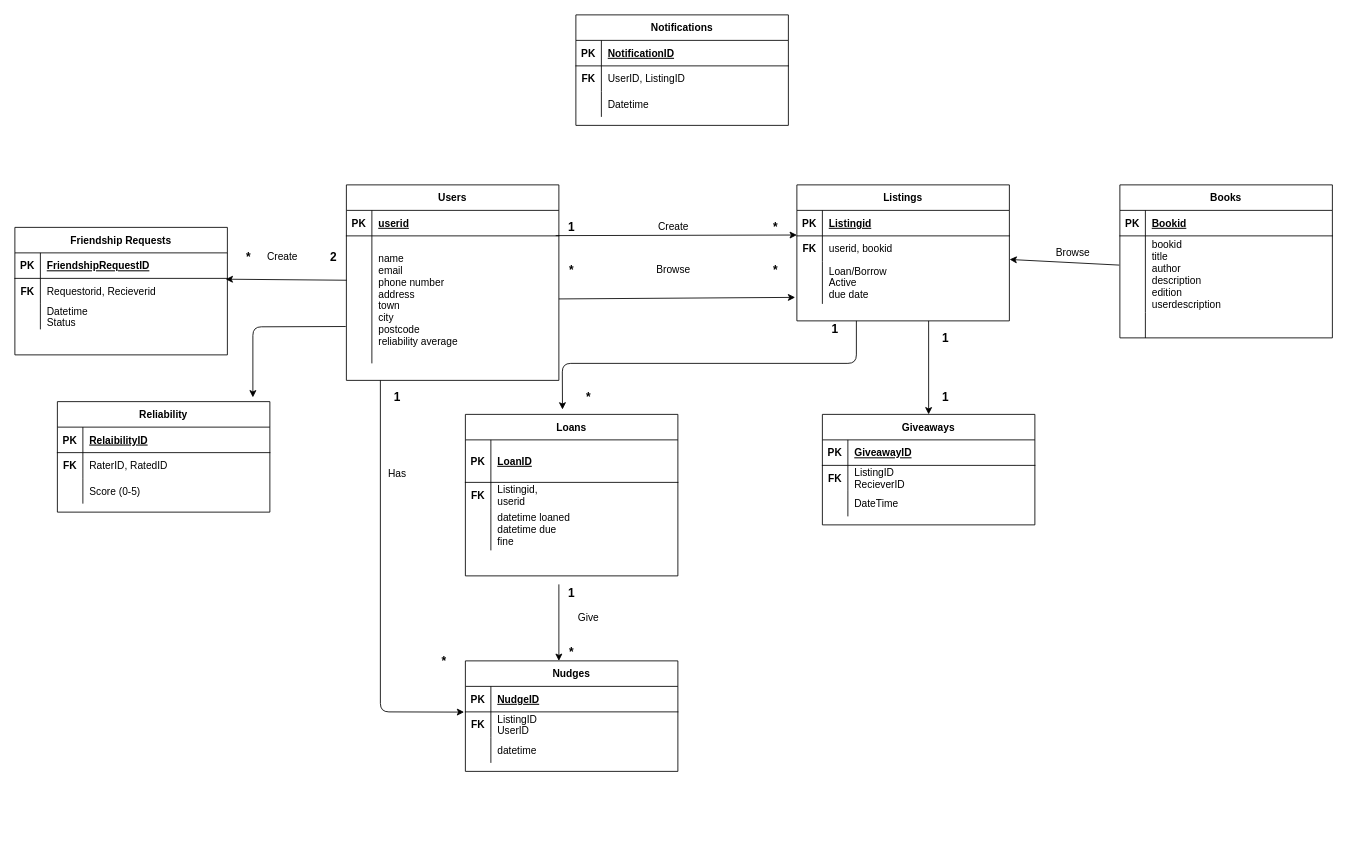
This is CourseworkER.drawio from willdonlan8/hello-world, a draw.io file, before an edit. Source tidied: cells renumbered, new cells numbered last; positions are measured from the earlier drawing's top-left corner, leaving out a move shared by most shapes. Both pictures are drawn from the tidied source at 85%, with x=0, y=0 at pixel (14, 14).
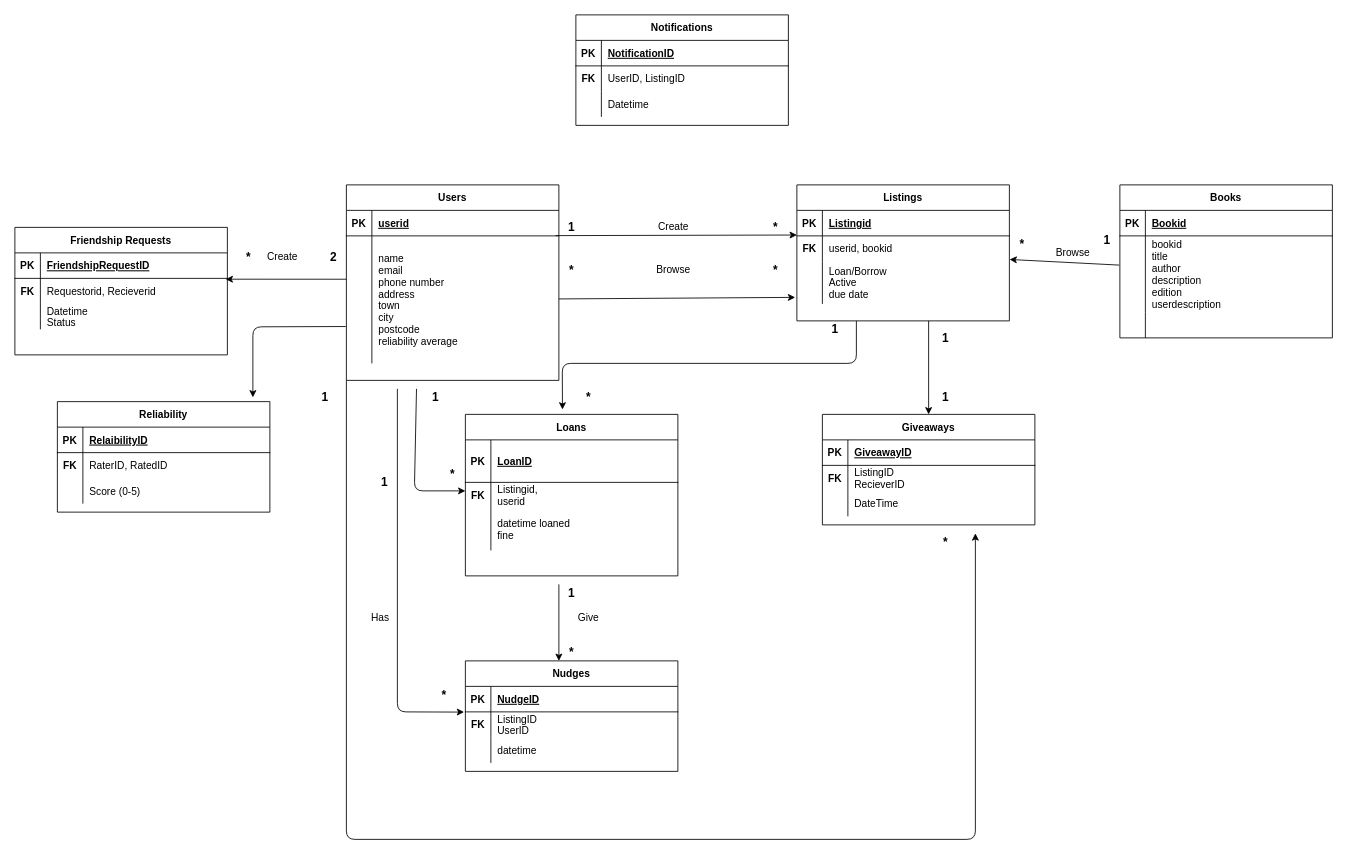
Above is the later version.

The change refers to these unchanged cells:
```xml
<mxCell id="6" style="shape=partialRectangle;fillColor=none;points=[[0,0.5],[1,0.5]];portConstraint=eastwest;top=0;left=0;right=0;bottom=0;" parent="2" vertex="1">
  <mxGeometry y="60" width="250" height="30" as="geometry" />
</mxCell>
<mxCell id="22" value="Users" style="shape=table;startSize=30;childLayout=tableLayout;rowLines=0;fontStyle=1;align=center;" parent="1" vertex="1">
  <mxGeometry x="390" y="200" width="250" height="230" as="geometry" />
</mxCell>
<mxCell id="26" style="shape=partialRectangle;fillColor=none;points=[[0,0.5],[1,0.5]];portConstraint=eastwest;top=0;left=0;right=0;bottom=0;" parent="22" vertex="1">
  <mxGeometry y="60" width="250" height="150" as="geometry" />
</mxCell>
<mxCell id="33" style="shape=partialRectangle;fillColor=none;points=[[0,0.5],[1,0.5]];portConstraint=eastwest;top=0;left=0;right=0;bottom=0;" parent="29" vertex="1">
  <mxGeometry y="60" width="250" height="30" as="geometry" />
</mxCell>
<mxCell id="46" style="shape=partialRectangle;fillColor=none;top=0;left=0;right=0;bottom=0;" parent="39" vertex="1">
  <mxGeometry y="110" width="250" height="50" as="geometry" />
</mxCell>
```

Diff of the diagram source:
```diff
@@
-    <mxCell id="48" value="datetime loaned&#10;datetime due&#10;fine" style="shape=partialRectangle;overflow=hidden;fillColor=none;top=0;left=0;bottom=0;right=0;align=left;spacingLeft=6;" parent="46" vertex="1">
+    <mxCell id="48" value="datetime loaned&#10;fine" style="shape=partialRectangle;overflow=hidden;fillColor=none;top=0;left=0;bottom=0;right=0;align=left;spacingLeft=6;" parent="46" vertex="1">
       <mxGeometry x="30" width="220" height="50" as="geometry" />
     </mxCell>
@@
-    <mxCell id="77" style="endArrow=classic;html=1;exitX=0.001;exitY=0.348;exitDx=0;exitDy=0;entryX=0.992;entryY=0.032;entryDx=0;entryDy=0;exitPerimeter=0;entryPerimeter=0;" parent="1" edge="1" source="26" target="33">
-      <mxGeometry relative="1" as="geometry" />
+    <mxCell id="77" style="endArrow=classic;html=1;entryX=0.992;entryY=0.032;entryDx=0;entryDy=0;entryPerimeter=0;" parent="1" edge="1" target="33">
+      <mxGeometry relative="1" as="geometry">
+        <mxPoint x="390" y="311" as="sourcePoint" />
+      </mxGeometry>
     </mxCell>
@@
-    <mxCell id="93" style="endArrow=classic;html=1;entryX=-0.006;entryY=0.009;entryDx=0;entryDy=0;entryPerimeter=0;" parent="1" edge="1" target="6">
+    <mxCell id="93" style="endArrow=classic;html=1;entryX=-0.006;entryY=0.009;entryDx=0;entryDy=0;entryPerimeter=0;exitX=0;exitY=0;exitDx=0;exitDy=0;" parent="1" edge="1" source="122" target="6">
       <mxGeometry relative="1" as="geometry">
-        <mxPoint x="430" y="430" as="sourcePoint" />
         <Array as="points">
-          <mxPoint x="430" y="820" />
+          <mxPoint x="450" y="820" />
         </Array>
       </mxGeometry>
     </mxCell>
     <mxCell id="94" value="Has" style="text;html=1;strokeColor=none;fillColor=none;align=center;verticalAlign=middle;whiteSpace=wrap;rounded=0;" parent="1" vertex="1">
-      <mxGeometry x="430" y="530" width="40" height="20" as="geometry" />
+      <mxGeometry x="410" y="700" width="40" height="20" as="geometry" />
     </mxCell>
     <mxCell id="95" value="&lt;span style=&quot;font-size: 14px&quot;&gt;&lt;b&gt;1&lt;/b&gt;&lt;/span&gt;" style="text;html=1;strokeColor=none;fillColor=none;align=center;verticalAlign=middle;whiteSpace=wrap;rounded=0;" parent="1" vertex="1">
-      <mxGeometry x="405" y="440" width="90" height="20" as="geometry" />
+      <mxGeometry x="390" y="540" width="90" height="20" as="geometry" />
     </mxCell>
     <mxCell id="96" value="&lt;b&gt;&lt;font style=&quot;font-size: 14px&quot;&gt;*&lt;/font&gt;&lt;/b&gt;" style="text;html=1;strokeColor=none;fillColor=none;align=center;verticalAlign=middle;whiteSpace=wrap;rounded=0;" parent="1" vertex="1">
-      <mxGeometry x="460" y="750" width="90" height="20" as="geometry" />
+      <mxGeometry x="460" y="790" width="90" height="20" as="geometry" />
     </mxCell>
@@
+    <mxCell id="118" value="&lt;b&gt;&lt;font style=&quot;font-size: 14px&quot;&gt;1&lt;/font&gt;&lt;/b&gt;" style="text;html=1;strokeColor=none;fillColor=none;align=center;verticalAlign=middle;whiteSpace=wrap;rounded=0;" parent="1" vertex="1">
+      <mxGeometry x="1240" y="255" width="90" height="20" as="geometry" />
+    </mxCell>
+    <mxCell id="119" value="&lt;font style=&quot;font-size: 14px&quot;&gt;&lt;b&gt;*&lt;/b&gt;&lt;/font&gt;" style="text;html=1;strokeColor=none;fillColor=none;align=center;verticalAlign=middle;whiteSpace=wrap;rounded=0;" parent="1" vertex="1">
+      <mxGeometry x="1140" y="260" width="90" height="20" as="geometry" />
+    </mxCell>
+    <mxCell id="120" style="edgeStyle=orthogonalEdgeStyle;rounded=0;orthogonalLoop=1;jettySize=auto;html=1;exitX=0.5;exitY=1;exitDx=0;exitDy=0;" parent="1" edge="1" source="95" target="95">
+      <mxGeometry relative="1" as="geometry" />
+    </mxCell>
+    <mxCell id="121" style="endArrow=classic;html=1;exitX=0.25;exitY=0;exitDx=0;exitDy=0;" parent="1" edge="1" source="122">
+      <mxGeometry relative="1" as="geometry">
+        <mxPoint x="530" y="560" as="targetPoint" />
+        <Array as="points">
+          <mxPoint x="470" y="560" />
+        </Array>
+      </mxGeometry>
+    </mxCell>
+    <mxCell id="122" value="&lt;span style=&quot;font-size: 14px&quot;&gt;&lt;b&gt;1&lt;/b&gt;&lt;/span&gt;" style="text;html=1;strokeColor=none;fillColor=none;align=center;verticalAlign=middle;whiteSpace=wrap;rounded=0;" parent="1" vertex="1">
+      <mxGeometry x="450" y="440" width="90" height="20" as="geometry" />
+    </mxCell>
+    <mxCell id="123" value="&lt;b&gt;&lt;font style=&quot;font-size: 14px&quot;&gt;*&lt;/font&gt;&lt;/b&gt;" style="text;html=1;strokeColor=none;fillColor=none;align=center;verticalAlign=middle;whiteSpace=wrap;rounded=0;" parent="1" vertex="1">
+      <mxGeometry x="470" y="530" width="90" height="20" as="geometry" />
+    </mxCell>
+    <mxCell id="124" style="endArrow=classic;html=1;exitX=0;exitY=1;exitDx=0;exitDy=0;" parent="1" edge="1" source="22">
+      <mxGeometry relative="1" as="geometry">
+        <mxPoint x="1130" y="610" as="targetPoint" />
+        <Array as="points">
+          <mxPoint x="390" y="970" />
+          <mxPoint x="1130" y="970" />
+        </Array>
+      </mxGeometry>
+    </mxCell>
+    <mxCell id="125" value="&lt;span style=&quot;font-size: 14px&quot;&gt;&lt;b&gt;1&lt;/b&gt;&lt;/span&gt;" style="text;html=1;strokeColor=none;fillColor=none;align=center;verticalAlign=middle;whiteSpace=wrap;rounded=0;" parent="1" vertex="1">
+      <mxGeometry x="320" y="440" width="90" height="20" as="geometry" />
+    </mxCell>
+    <mxCell id="126" value="&lt;span style=&quot;font-size: 14px&quot;&gt;&lt;b&gt;*&lt;/b&gt;&lt;/span&gt;" style="text;html=1;strokeColor=none;fillColor=none;align=center;verticalAlign=middle;whiteSpace=wrap;rounded=0;" parent="1" vertex="1">
+      <mxGeometry x="1050" y="610" width="90" height="20" as="geometry" />
+    </mxCell>
```
